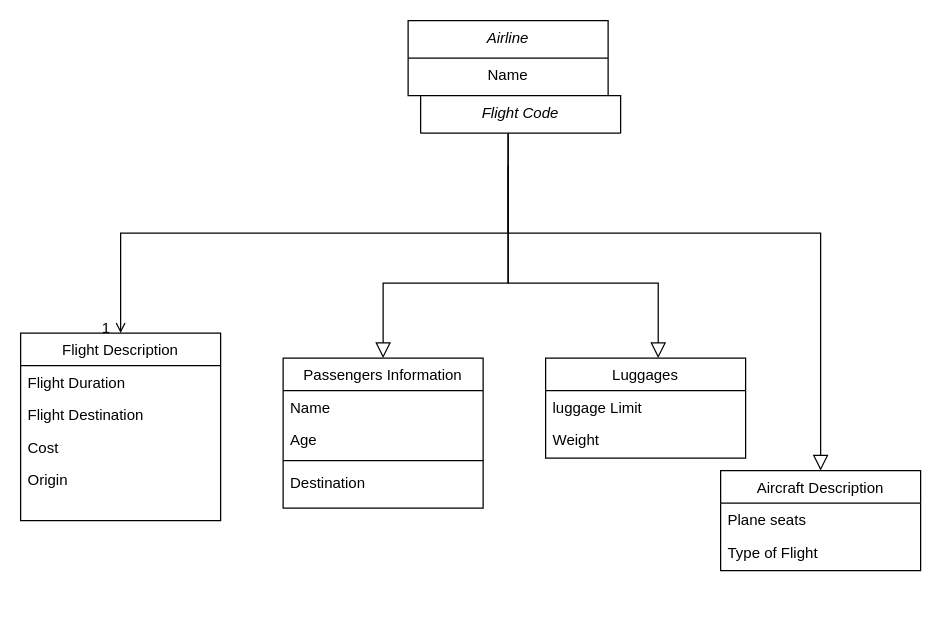
Above: Untitled Diagram.drawio in kimcanalin/Finals-Project (draw.io), before the change. Source tidied: cells renumbered, new cells numbered last; positions are measured from the earlier drawing's top-left corner, leaving out a move shared by most shapes. Both pictures are drawn from the tidied source at 125%, with x=0, y=0 at pixel (20, 20).
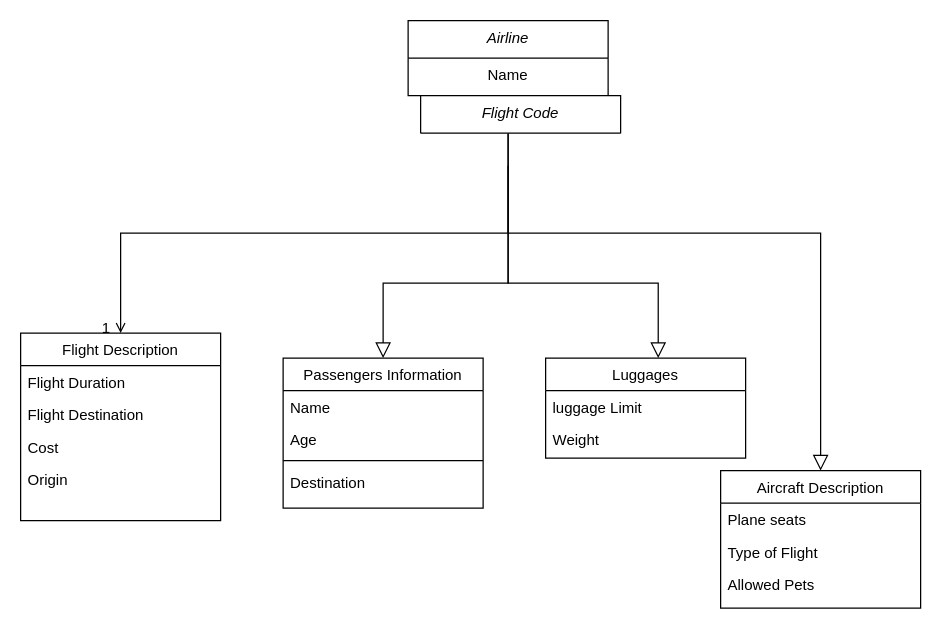
The same page after the edit.

The edit, as a diff of the source:
```diff
@@
     <mxCell id="23" value="Aircraft Description" style="swimlane;fontStyle=0;align=center;verticalAlign=top;horizontal=1;startSize=26;rounded=0;shadow=0;strokeWidth=1;" parent="1" vertex="1">
-      <mxGeometry x="560" y="360" width="160" height="80" as="geometry" />
+      <mxGeometry x="560" y="360" width="160" height="110" as="geometry" />
     </mxCell>
@@
+    <mxCell id="27" value="Allowed Pets" style="text;align=left;verticalAlign=top;spacingLeft=4;spacingRight=4;overflow=hidden;rounded=0;shadow=0;html=0;" parent="23" vertex="1">
+      <mxGeometry y="78" width="160" height="26" as="geometry" />
+    </mxCell>
```
